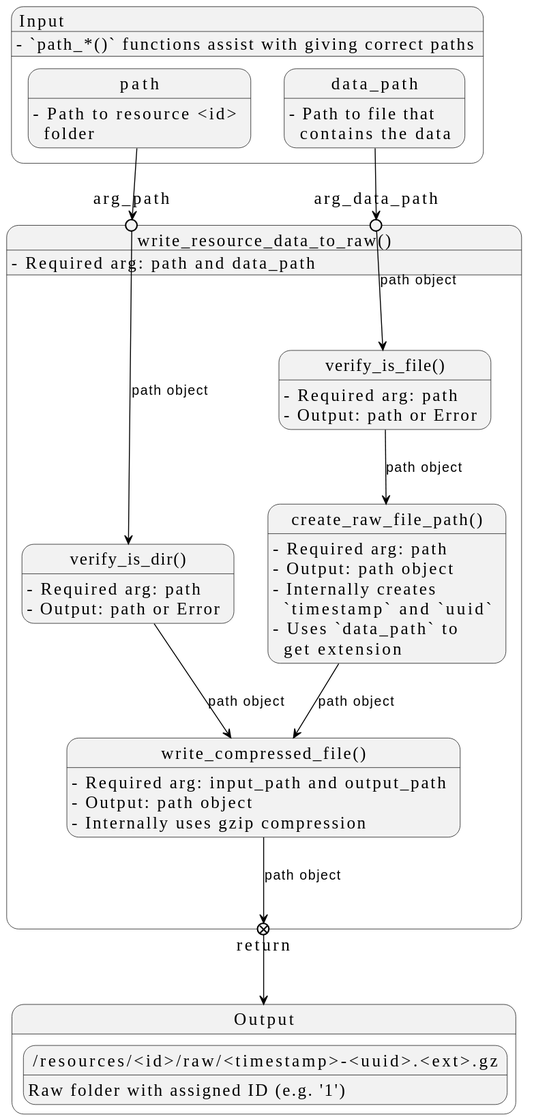
Above: docs/design/implementation/images/core/write-resource-data-to-raw.svg in seedcase-project/seedcase-sprout (PlantUML), before the change. Its diagram source:
```plantuml
@startuml
!theme seedcase from https://raw.githubusercontent.com/seedcase-project/seedcase-theme/main

state "Input" as input {
  input : - `path_*()` functions assist with giving correct paths
  path : - Path to resource <id>\n  folder
  data_path: - Path to file that\n  contains the data
}

state "Output" as output {
  state "/resources/<id>/raw/<timestamp>-<uuid>.<ext>.gz" as raw_file
  raw_file : Raw folder with assigned ID (e.g. '1')
}

state "write_resource_data_to_raw()" as wrdtr {
  wrdtr : - Required arg: path and data_path

  state arg_path <<entryPoint>>
  state arg_data_path <<entryPoint>>

  path --> arg_path
  data_path --> arg_data_path

  state "verify_is_dir()" as vid
  vid : - Required arg: path
  vid : - Output: path or Error
  arg_path --> vid : path object

  state "verify_is_file()" as vif
  vif : - Required arg: path
  vif : - Output: path or Error
  arg_data_path --> vif : path object

  state "create_raw_file_path()" as crfp
  crfp : - Required arg: path
  crfp : - Output: path object
  crfp : - Internally creates\n  `timestamp` and `uuid`
  crfp : - Uses `data_path` to\n  get extension
  vif --> crfp : path object

  state "write_compressed_file()" as wcf
  wcf : - Required arg: input_path and output_path
  wcf : - Output: path object
  wcf : - Internally uses gzip compression
  crfp --> wcf : path object
  vid --> wcf : path object

  state "return" <<exitPoint>>
  wcf --> return : path object
  return --> output
}
@enduml
```
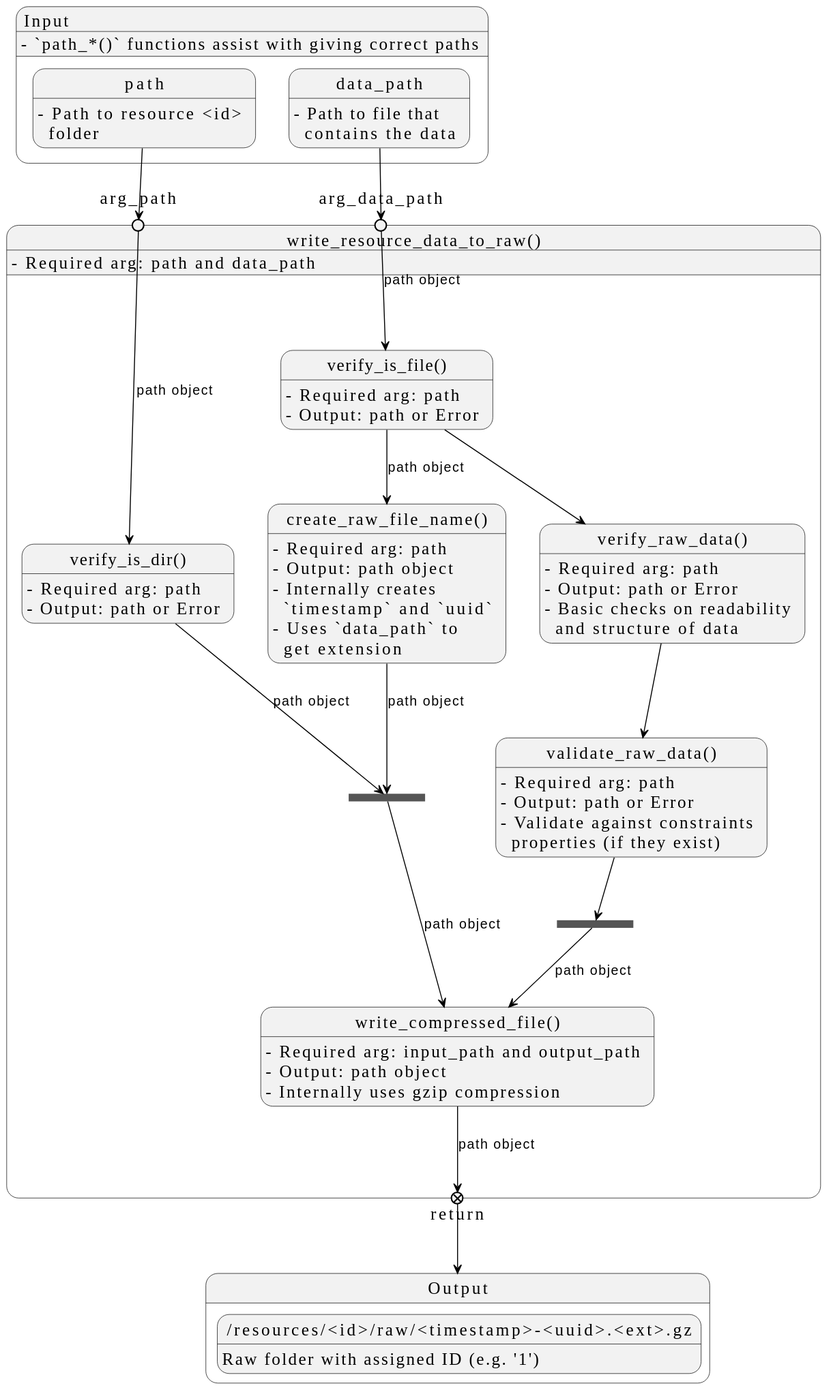
The same diagram one commit later.

Commit message:
docs: :building_construction: add verification and validation internal steps

Change to the diagram source:
```diff
@@ -31,19 +31,38 @@
   vif : - Output: path or Error
   arg_data_path --> vif : path object
 
-  state "create_raw_file_path()" as crfp
-  crfp : - Required arg: path
-  crfp : - Output: path object
-  crfp : - Internally creates\n  `timestamp` and `uuid`
-  crfp : - Uses `data_path` to\n  get extension
-  vif --> crfp : path object
+  state "create_raw_file_name()" as crfn
+  crfn : - Required arg: path
+  crfn : - Output: path object
+  crfn : - Internally creates\n  `timestamp` and `uuid`
+  crfn : - Uses `data_path` to\n  get extension
+  vif --> crfn : path object
+
+  state "verify_raw_data()" as verify_rd
+  verify_rd : - Required arg: path
+  verify_rd : - Output: path or Error
+  verify_rd : - Basic checks on readability\n  and structure of data
+  vif --> verify_rd
+
+  state "validate_raw_data()" as validate_rd
+  validate_rd : - Required arg: path
+  validate_rd : - Output: path or Error
+  validate_rd : - Validate against constraints\n  properties (if they exist)
+  verify_rd --> validate_rd
 
   state "write_compressed_file()" as wcf
   wcf : - Required arg: input_path and output_path
   wcf : - Output: path object
   wcf : - Internally uses gzip compression
-  crfp --> wcf : path object
-  vid --> wcf : path object
+
+  state output_path <<join>>
+  crfn --> output_path : path object
+  vid --> output_path : path object
+  output_path --> wcf : path object
+
+  state input_path <<join>>
+  validate_rd --> input_path
+  input_path --> wcf : path object
 
   state "return" <<exitPoint>>
   wcf --> return : path object
```
